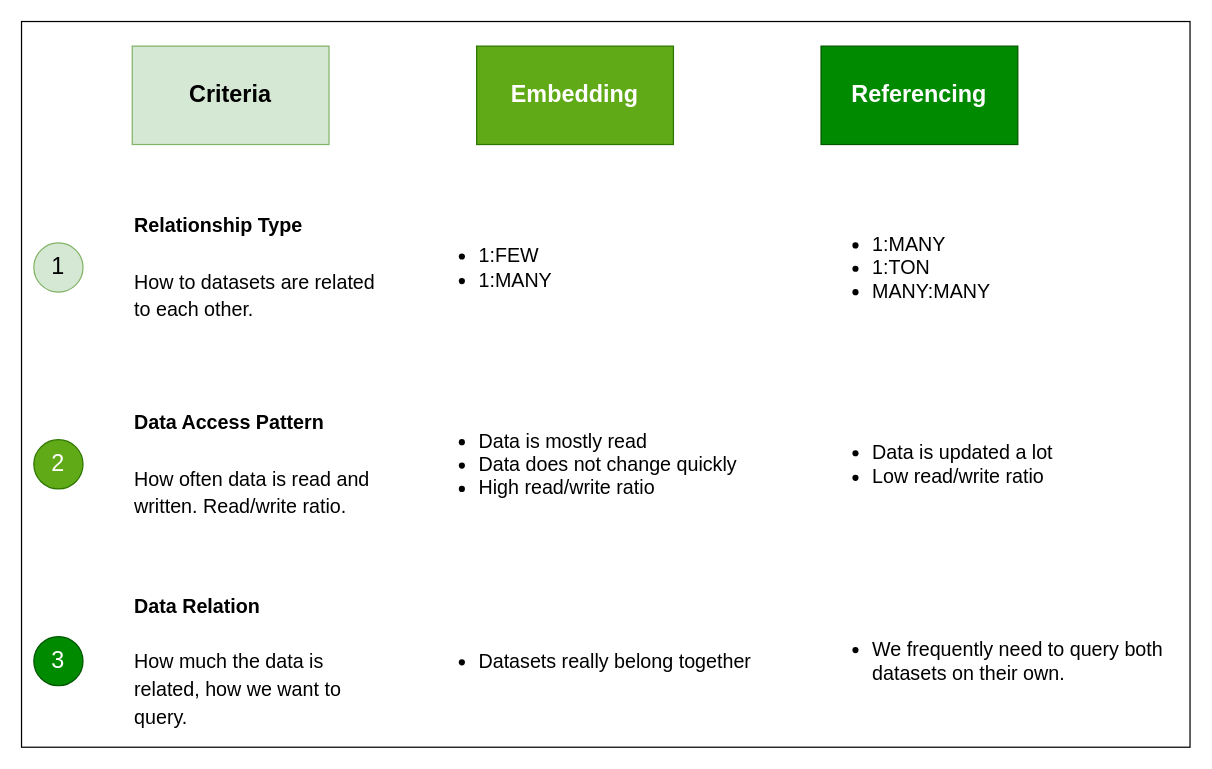
This is week8_data_modelling/embedReference.drawio from FullStackTypeScriptCourse/course_material, a draw.io file, before an edit. Source tidied: cells renumbered, new cells numbered last; positions are measured from the earlier drawing's top-left corner, leaving out a move shared by most shapes. Both pictures are drawn from the tidied source at 123%, with x=0, y=0 at pixel (21, 21).
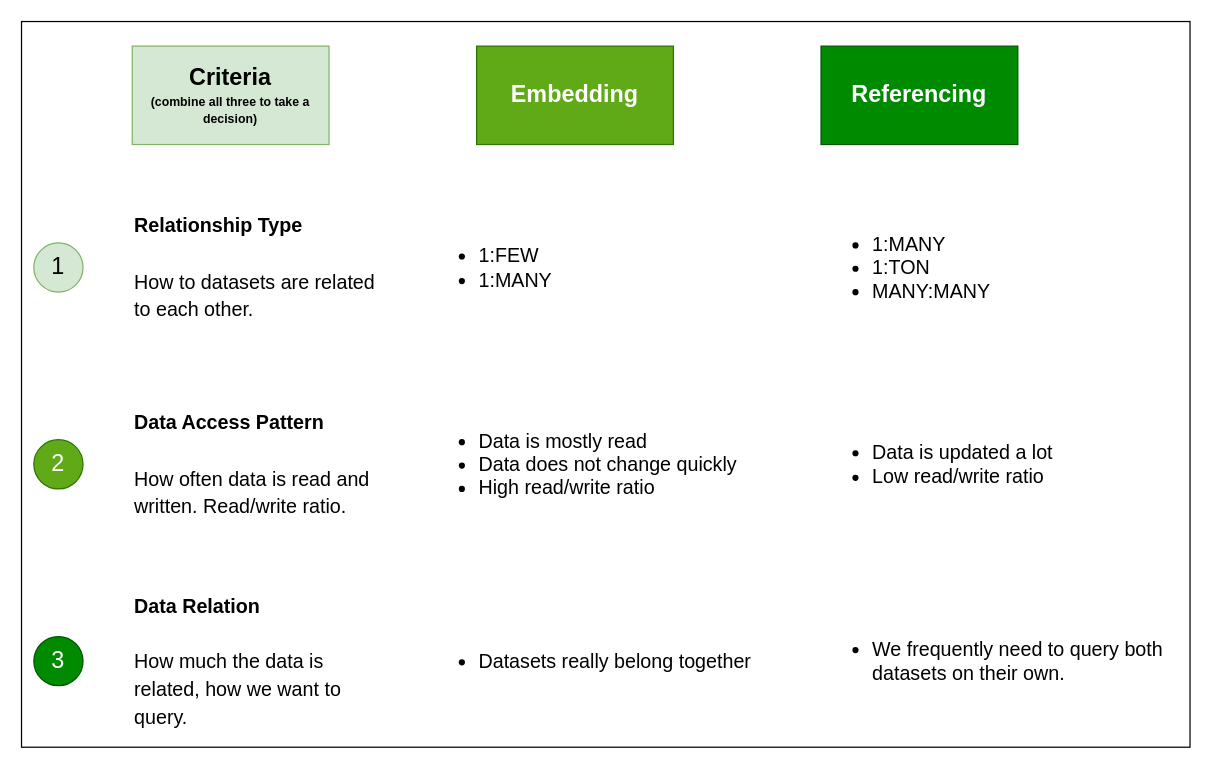
After the change.

The edit, as a diff of the source:
```diff
@@
 <mxGraphModel>
   <root>
     <mxCell id="0" />
     <mxCell id="1" parent="0" />
     <mxCell id="2" style="rounded=0;whiteSpace=wrap;html=1;labelBackgroundColor=#8F8F8F;fontSize=16;" parent="1" vertex="1">
       <mxGeometry width="950" height="590" as="geometry" />
     </mxCell>
-    <mxCell id="3" value="&lt;font style=&quot;font-size: 19px;&quot;&gt;&lt;b&gt;Criteria&lt;/b&gt;&lt;/font&gt;" style="rounded=0;whiteSpace=wrap;html=1;fillColor=#d5e8d4;strokeColor=#82b366;" parent="1" vertex="1">
+    <mxCell id="3" value="&lt;font style=&quot;&quot;&gt;&lt;b style=&quot;&quot;&gt;&lt;font style=&quot;font-size: 19px;&quot;&gt;Criteria&lt;/font&gt;&lt;br&gt;&lt;span style=&quot;font-size: 10px;&quot;&gt;(combine all three to take a decision)&lt;/span&gt;&lt;br&gt;&lt;/b&gt;&lt;/font&gt;" style="rounded=0;whiteSpace=wrap;html=1;fillColor=#d5e8d4;strokeColor=#82b366;" parent="1" vertex="1">
       <mxGeometry x="90" y="20" width="160" height="80" as="geometry" />
     </mxCell>
     <mxCell id="4" value="&lt;font style=&quot;font-size: 19px;&quot;&gt;&lt;b&gt;Embedding&lt;/b&gt;&lt;/font&gt;" style="rounded=0;whiteSpace=wrap;html=1;fillColor=#60a917;fontColor=#ffffff;strokeColor=#2D7600;" parent="1" vertex="1">
       <mxGeometry x="370" y="20" width="160" height="80" as="geometry" />
     </mxCell>
     <mxCell id="5" value="&lt;font style=&quot;font-size: 19px;&quot;&gt;&lt;b&gt;Referencing&lt;/b&gt;&lt;/font&gt;" style="rounded=0;whiteSpace=wrap;html=1;fillColor=#008a00;fontColor=#ffffff;strokeColor=#005700;" parent="1" vertex="1">
       <mxGeometry x="650" y="20" width="160" height="80" as="geometry" />
     </mxCell>
     <mxCell id="6" value="1" style="ellipse;whiteSpace=wrap;html=1;fontSize=19;fillColor=#d5e8d4;strokeColor=#82b366;" parent="1" vertex="1">
       <mxGeometry x="10" y="180" width="40" height="40" as="geometry" />
     </mxCell>
     <mxCell id="7" value="3" style="ellipse;whiteSpace=wrap;html=1;fontSize=19;fillColor=#008a00;fontColor=#ffffff;strokeColor=#005700;" parent="1" vertex="1">
       <mxGeometry x="10" y="500" width="40" height="40" as="geometry" />
     </mxCell>
     <mxCell id="8" value="2" style="ellipse;whiteSpace=wrap;html=1;fontSize=19;fillColor=#60a917;fontColor=#ffffff;strokeColor=#2D7600;" parent="1" vertex="1">
       <mxGeometry x="10" y="340" width="40" height="40" as="geometry" />
     </mxCell>
     <mxCell id="9" value="&lt;span style=&quot;font-size: 16px;&quot;&gt;&lt;b&gt;Relationship Type&lt;/b&gt;&lt;br&gt;&lt;br&gt;How to datasets are related to each other.&lt;br&gt;&lt;/span&gt;" style="text;html=1;strokeColor=none;fillColor=none;align=left;verticalAlign=middle;whiteSpace=wrap;rounded=0;fontSize=19;" parent="1" vertex="1">
       <mxGeometry x="90" y="140" width="200" height="120" as="geometry" />
     </mxCell>
     <mxCell id="10" value="&lt;span style=&quot;font-size: 16px;&quot;&gt;&lt;b&gt;Data Access Pattern&lt;/b&gt;&lt;br&gt;&lt;br&gt;How often data is read and written. Read/write ratio.&lt;br&gt;&lt;/span&gt;" style="text;html=1;strokeColor=none;fillColor=none;align=left;verticalAlign=middle;whiteSpace=wrap;rounded=0;fontSize=19;" parent="1" vertex="1">
       <mxGeometry x="90" y="300" width="200" height="120" as="geometry" />
     </mxCell>
     <mxCell id="11" value="&lt;span style=&quot;font-size: 16px;&quot;&gt;&lt;b&gt;Data Relation&lt;/b&gt;&lt;br&gt;&lt;br&gt;How much the data is related, how we want to query.&lt;br&gt;&lt;/span&gt;" style="text;html=1;strokeColor=none;fillColor=none;align=left;verticalAlign=middle;whiteSpace=wrap;rounded=0;fontSize=19;" parent="1" vertex="1">
       <mxGeometry x="90" y="460" width="200" height="120" as="geometry" />
     </mxCell>
     <mxCell id="12" value="&lt;blockquote style=&quot;margin: 0 0 0 40px; border: none; padding: 0px;&quot;&gt;&lt;/blockquote&gt;&lt;ul&gt;&lt;li&gt;&lt;span style=&quot;background-color: initial;&quot;&gt;1:FEW&lt;/span&gt;&lt;/li&gt;&lt;li&gt;&lt;span style=&quot;background-color: initial;&quot;&gt;1:MANY&lt;/span&gt;&lt;/li&gt;&lt;/ul&gt;" style="text;html=1;strokeColor=none;fillColor=none;align=left;verticalAlign=middle;whiteSpace=wrap;rounded=0;fontSize=16;" parent="1" vertex="1">
       <mxGeometry x="330" y="140" width="160" height="120" as="geometry" />
     </mxCell>
     <mxCell id="13" value="&lt;ul&gt;&lt;li&gt;1:MANY&lt;/li&gt;&lt;li&gt;1:TON&lt;/li&gt;&lt;li&gt;MANY:MANY&lt;/li&gt;&lt;/ul&gt;" style="text;html=1;strokeColor=none;fillColor=none;align=left;verticalAlign=middle;whiteSpace=wrap;rounded=0;fontSize=16;" parent="1" vertex="1">
       <mxGeometry x="650" y="140" width="160" height="120" as="geometry" />
     </mxCell>
     <mxCell id="14" value="&lt;ul&gt;&lt;li&gt;Data is mostly read&lt;/li&gt;&lt;li&gt;Data does not change quickly&lt;/li&gt;&lt;li&gt;High read/write ratio&lt;/li&gt;&lt;/ul&gt;" style="text;html=1;strokeColor=none;fillColor=none;align=left;verticalAlign=middle;whiteSpace=wrap;rounded=0;fontSize=16;" parent="1" vertex="1">
       <mxGeometry x="330" y="300" width="280" height="120" as="geometry" />
     </mxCell>
     <mxCell id="15" value="&lt;ul&gt;&lt;li&gt;Datasets really belong together&lt;/li&gt;&lt;/ul&gt;" style="text;html=1;strokeColor=none;fillColor=none;align=left;verticalAlign=middle;whiteSpace=wrap;rounded=0;fontSize=16;" parent="1" vertex="1">
       <mxGeometry x="330" y="460" width="280" height="120" as="geometry" />
     </mxCell>
     <mxCell id="16" value="&lt;ul&gt;&lt;li&gt;Data is updated a lot&lt;/li&gt;&lt;li&gt;Low read/write ratio&lt;/li&gt;&lt;/ul&gt;" style="text;html=1;strokeColor=none;fillColor=none;align=left;verticalAlign=middle;whiteSpace=wrap;rounded=0;fontSize=16;" parent="1" vertex="1">
       <mxGeometry x="650" y="300" width="280" height="120" as="geometry" />
     </mxCell>
     <mxCell id="17" value="&lt;ul&gt;&lt;li&gt;We frequently need to query both datasets on their own.&lt;/li&gt;&lt;/ul&gt;" style="text;html=1;strokeColor=none;fillColor=none;align=left;verticalAlign=middle;whiteSpace=wrap;rounded=0;fontSize=16;" parent="1" vertex="1">
       <mxGeometry x="650" y="460" width="280" height="120" as="geometry" />
     </mxCell>
   </root>
 </mxGraphModel>
```
